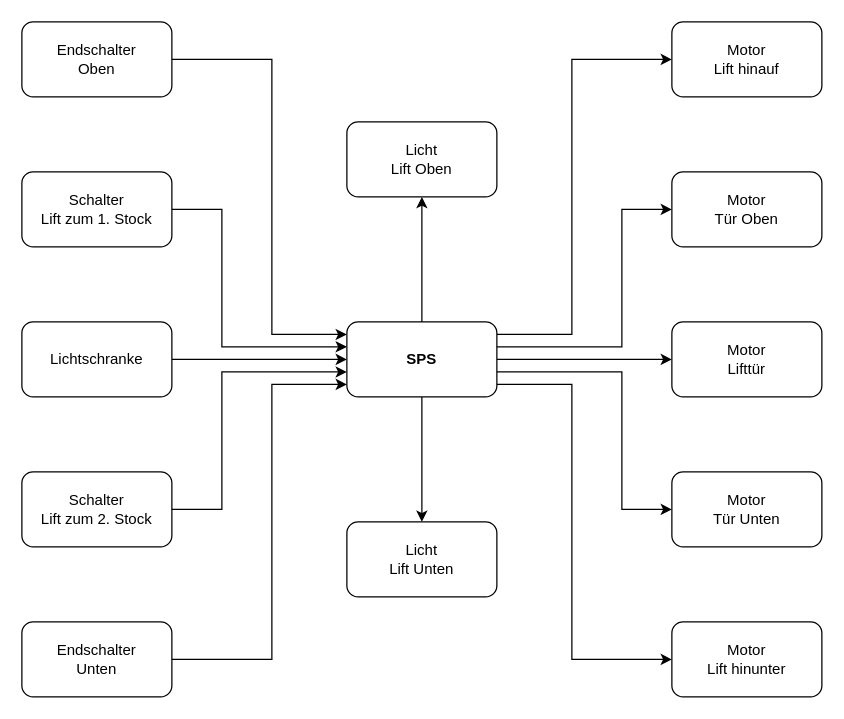
hampoelz/HTL_Lastenlift keeps this draw.io diagram as images/src/Blockschaltbild.drawio. Above is the earlier version. Source tidied: cells renumbered, new cells numbered last; positions are measured from the earlier drawing's top-left corner, leaving out a move shared by most shapes. Both pictures are drawn from the tidied source at 125%, with x=0, y=0 at pixel (21, 21).
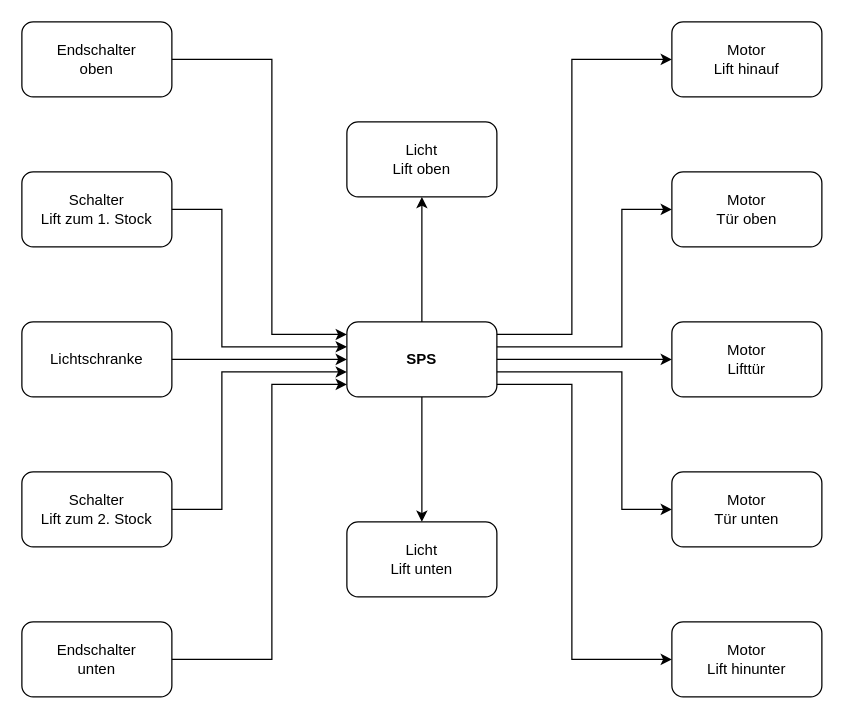
Above is the later version.

The edit, as a diff of the source:
```diff
@@
-    <mxCell id="3" value="Licht&lt;br&gt;Lift Oben" style="rounded=1;whiteSpace=wrap;html=1;" parent="1" vertex="1">
+    <mxCell id="3" value="Licht&lt;br&gt;Lift oben" style="rounded=1;whiteSpace=wrap;html=1;" parent="1" vertex="1">
       <mxGeometry x="260" y="80" width="120" height="60" as="geometry" />
     </mxCell>
-    <mxCell id="4" value="Licht&lt;br&gt;Lift Unten" style="rounded=1;whiteSpace=wrap;html=1;" parent="1" vertex="1">
+    <mxCell id="4" value="Licht&lt;br&gt;Lift unten" style="rounded=1;whiteSpace=wrap;html=1;" parent="1" vertex="1">
       <mxGeometry x="260" y="400" width="120" height="60" as="geometry" />
     </mxCell>
@@
-    <mxCell id="7" value="Endschalter&lt;br&gt;Oben" style="rounded=1;whiteSpace=wrap;html=1;" parent="1" vertex="1">
+    <mxCell id="7" value="Endschalter&lt;br&gt;oben" style="rounded=1;whiteSpace=wrap;html=1;" parent="1" vertex="1">
       <mxGeometry width="120" height="60" as="geometry" />
     </mxCell>
@@
-    <mxCell id="9" value="Endschalter&lt;br&gt;Unten" style="rounded=1;whiteSpace=wrap;html=1;" parent="1" vertex="1">
+    <mxCell id="9" value="Endschalter&lt;br&gt;unten" style="rounded=1;whiteSpace=wrap;html=1;" parent="1" vertex="1">
       <mxGeometry y="480" width="120" height="60" as="geometry" />
     </mxCell>
-    <mxCell id="10" value="Motor&lt;br&gt;Tür Oben" style="rounded=1;whiteSpace=wrap;html=1;" parent="1" vertex="1">
+    <mxCell id="10" value="Motor&lt;br&gt;Tür oben" style="rounded=1;whiteSpace=wrap;html=1;" parent="1" vertex="1">
       <mxGeometry x="520" y="120" width="120" height="60" as="geometry" />
     </mxCell>
@@
-    <mxCell id="13" value="Motor&lt;br&gt;Tür Unten" style="rounded=1;whiteSpace=wrap;html=1;" parent="1" vertex="1">
+    <mxCell id="13" value="Motor&lt;br&gt;Tür unten" style="rounded=1;whiteSpace=wrap;html=1;" parent="1" vertex="1">
       <mxGeometry x="520" y="360" width="120" height="60" as="geometry" />
     </mxCell>
```
